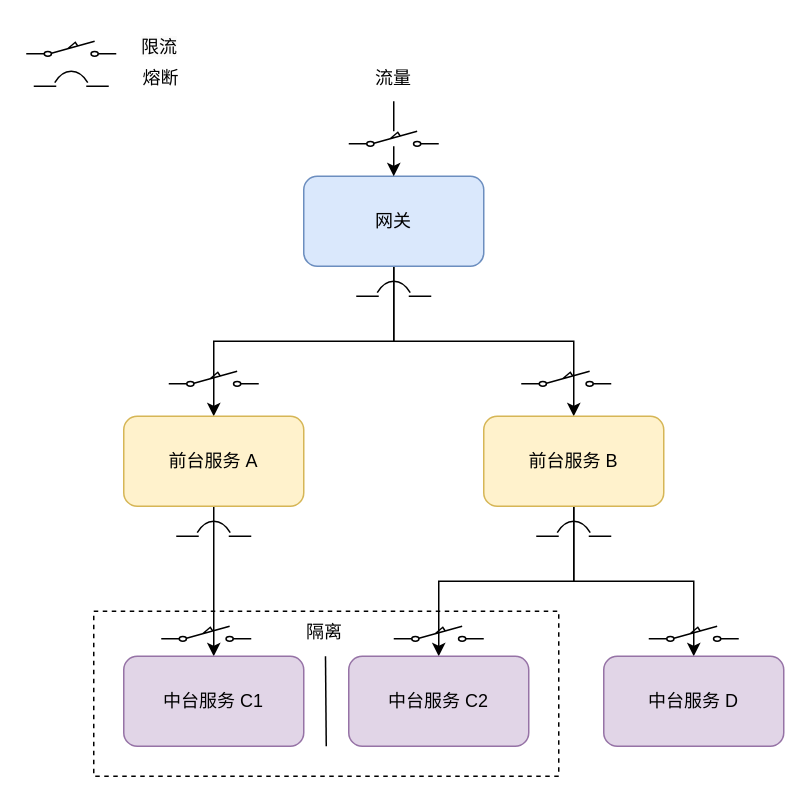
Above: im/业务系统高可用-流量分析.drawio in novayoung/draw (draw.io), before the change. Source tidied: cells renumbered, new cells numbered last; positions are measured from the earlier drawing's top-left corner, leaving out a move shared by most shapes. Both pictures are drawn from the tidied source at 150%, with x=0, y=0 at pixel (26, 26).
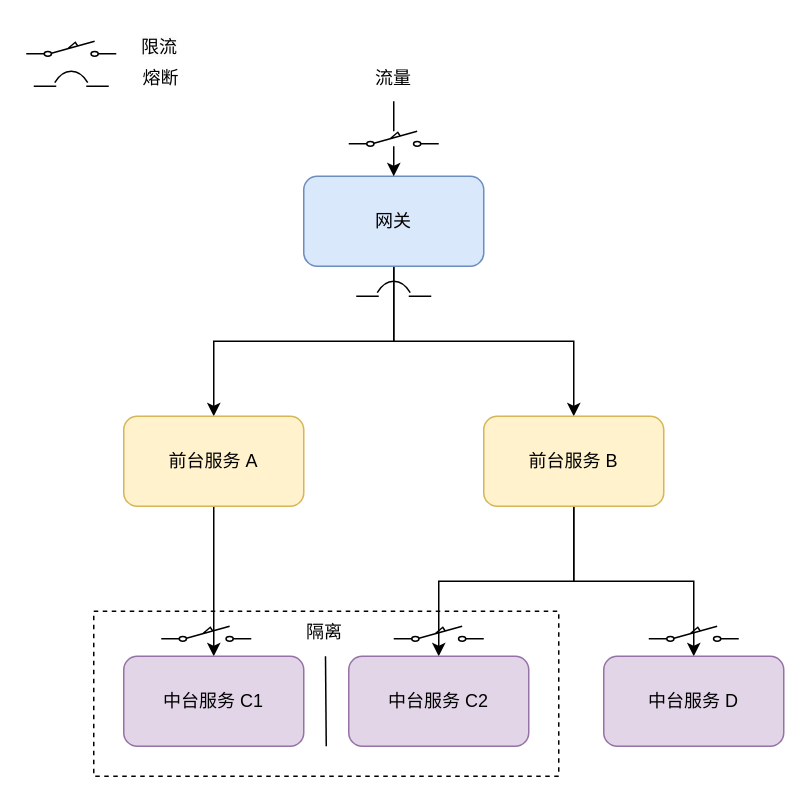
After the change.

Commit message:
更新业务系统高可用-流量分析.drawio

What changed in the source:
```diff
@@
-    <mxCell id="18" style="verticalLabelPosition=bottom;shadow=0;dashed=0;align=center;html=1;verticalAlign=top;shape=mxgraph.electrical.miscellaneous.circuit_breaker;rounded=1;sketch=0;strokeWidth=1;" parent="1" vertex="1">
-      <mxGeometry x="100" y="330" width="50" height="10" as="geometry" />
-    </mxCell>
-    <mxCell id="19" style="verticalLabelPosition=bottom;shadow=0;dashed=0;align=center;html=1;verticalAlign=top;shape=mxgraph.electrical.miscellaneous.circuit_breaker;rounded=1;sketch=0;strokeWidth=1;" parent="1" vertex="1">
-      <mxGeometry x="340" y="330" width="50" height="10" as="geometry" />
-    </mxCell>
@@
-    <mxCell id="24" style="verticalLabelPosition=bottom;shadow=0;dashed=0;align=center;html=1;verticalAlign=top;shape=mxgraph.electrical.electro-mechanical.limitSwitch2;elSwitchState=off;rounded=1;sketch=0;strokeWidth=1;" parent="1" vertex="1">
-      <mxGeometry x="95" y="230" width="60" height="10" as="geometry" />
-    </mxCell>
-    <mxCell id="25" style="verticalLabelPosition=bottom;shadow=0;dashed=0;align=center;html=1;verticalAlign=top;shape=mxgraph.electrical.electro-mechanical.limitSwitch2;elSwitchState=off;rounded=1;sketch=0;strokeWidth=1;" parent="1" vertex="1">
-      <mxGeometry x="330" y="230" width="60" height="10" as="geometry" />
-    </mxCell>
```
